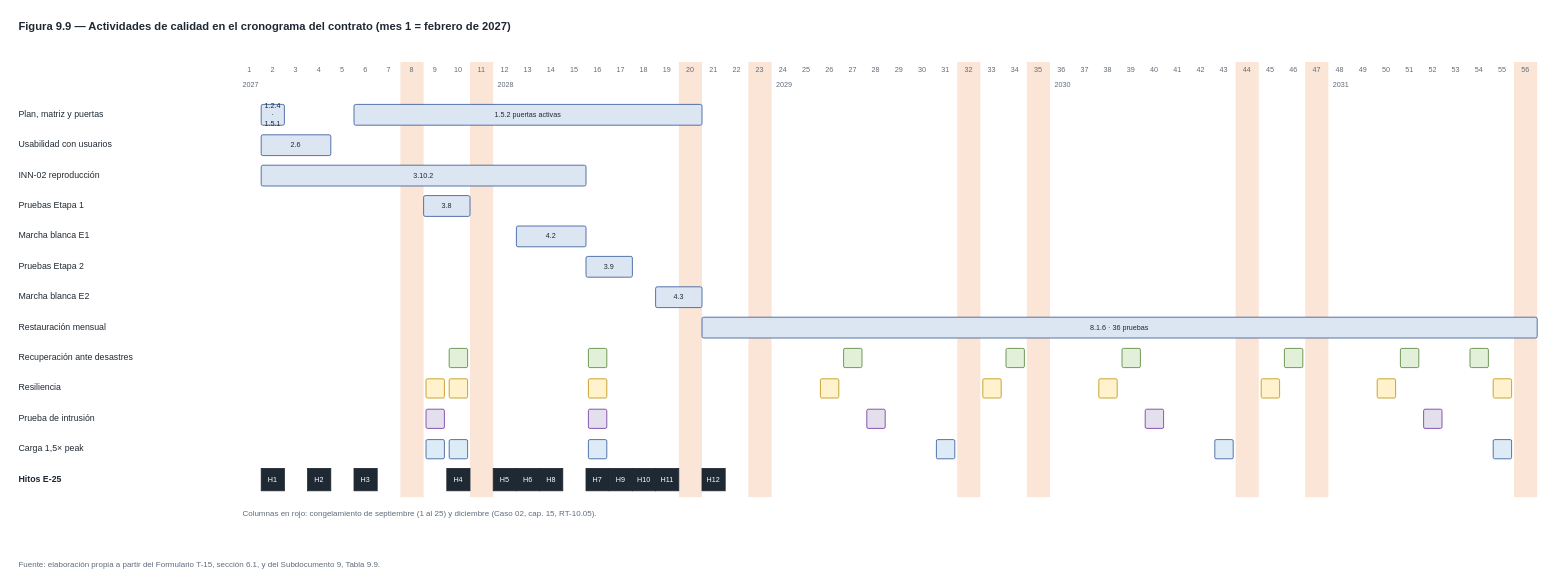
Before: 09_plan_calidad/Diagramas/Fig_9-9_Calidad_Cronograma.drawio in PatricioH315/LafroX, a draw.io diagram. Source tidied: cells renumbered, new cells numbered last; positions are measured from the earlier drawing's top-left corner, leaving out a move shared by most shapes. Both pictures are drawn from the tidied source at 80%, with x=0, y=0 at pixel (14, 14).
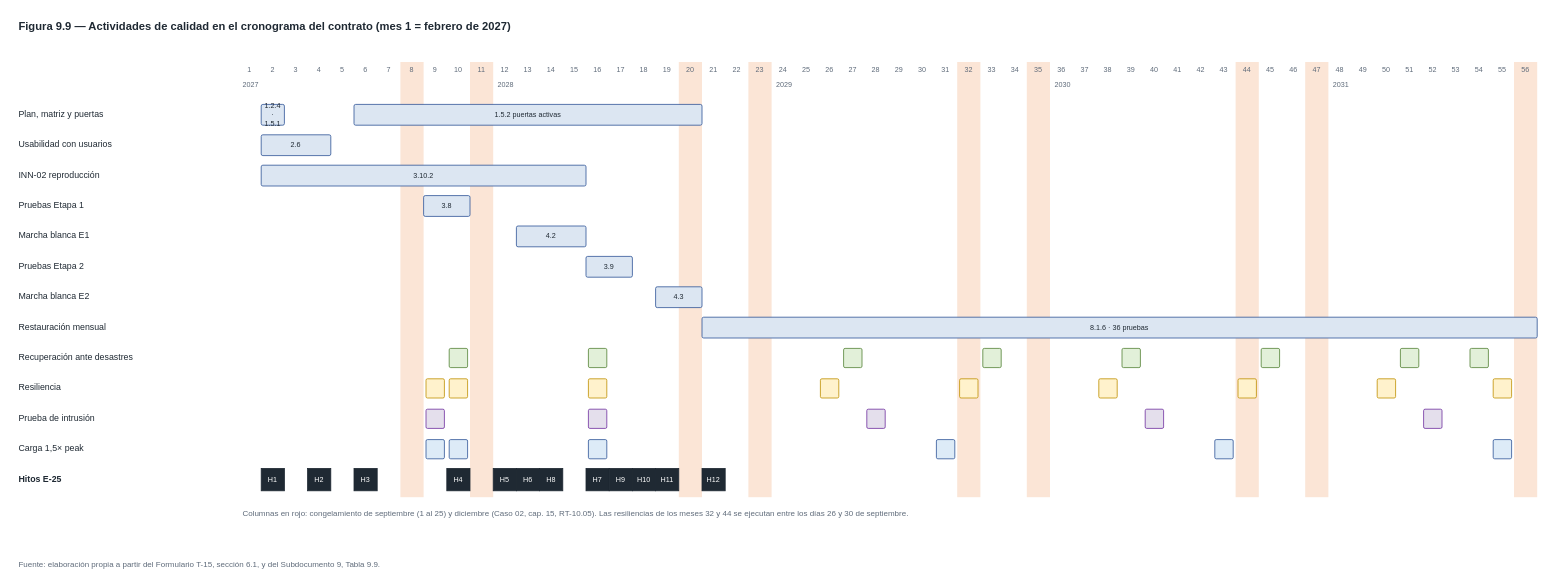
After the change.

Diff of the diagram source:
```diff
@@
     <mxCell id="95" style="fontFamily=Helvetica;html=1;whiteSpace=wrap;rounded=1;arcSize=8;fillColor=#E2F0D9;strokeColor=#548235;fontSize=11;fontColor=#1F2933;fontStyle=0;align=center;verticalAlign=middle;spacing=6;dashed=0;" parent="1" vertex="1">
-      <mxGeometry x="1240" y="418" width="23" height="24" as="geometry" />
+      <mxGeometry x="1211" y="418" width="23" height="24" as="geometry" />
     </mxCell>
@@
     <mxCell id="97" style="fontFamily=Helvetica;html=1;whiteSpace=wrap;rounded=1;arcSize=8;fillColor=#E2F0D9;strokeColor=#548235;fontSize=11;fontColor=#1F2933;fontStyle=0;align=center;verticalAlign=middle;spacing=6;dashed=0;" parent="1" vertex="1">
-      <mxGeometry x="1588" y="418" width="23" height="24" as="geometry" />
+      <mxGeometry x="1559" y="418" width="23" height="24" as="geometry" />
     </mxCell>
@@
     <mxCell id="105" style="fontFamily=Helvetica;html=1;whiteSpace=wrap;rounded=1;arcSize=8;fillColor=#FFF2CC;strokeColor=#BF9000;fontSize=11;fontColor=#1F2933;fontStyle=0;align=center;verticalAlign=middle;spacing=6;dashed=0;" parent="1" vertex="1">
-      <mxGeometry x="1211" y="456" width="23" height="24" as="geometry" />
+      <mxGeometry x="1182" y="456" width="23" height="24" as="geometry" />
     </mxCell>
@@
     <mxCell id="107" style="fontFamily=Helvetica;html=1;whiteSpace=wrap;rounded=1;arcSize=8;fillColor=#FFF2CC;strokeColor=#BF9000;fontSize=11;fontColor=#1F2933;fontStyle=0;align=center;verticalAlign=middle;spacing=6;dashed=0;" parent="1" vertex="1">
-      <mxGeometry x="1559" y="456" width="23" height="24" as="geometry" />
+      <mxGeometry x="1530" y="456" width="23" height="24" as="geometry" />
     </mxCell>
@@
-    <mxCell id="136" value="Columnas en rojo: congelamiento de septiembre (1 al 25) y diciembre (Caso 02, cap. 15, RT-10.05)." style="fontFamily=Helvetica;html=1;whiteSpace=wrap;rounded=1;arcSize=8;fillColor=none;strokeColor=none;fontSize=10;fontColor=#5F6B7A;fontStyle=0;align=left;verticalAlign=middle;spacing=6;dashed=0;" parent="1" vertex="1">
+    <mxCell id="136" value="Columnas en rojo: congelamiento de septiembre (1 al 25) y diciembre (Caso 02, cap. 15, RT-10.05). Las resiliencias de los meses 32 y 44 se ejecutan entre los días 26 y 30 de septiembre." style="fontFamily=Helvetica;html=1;whiteSpace=wrap;rounded=1;arcSize=8;fillColor=none;strokeColor=none;fontSize=10;fontColor=#5F6B7A;fontStyle=0;align=left;verticalAlign=middle;spacing=6;dashed=0;" parent="1" vertex="1">
       <mxGeometry x="280" y="614" width="1600" height="20" as="geometry" />
     </mxCell>
```
